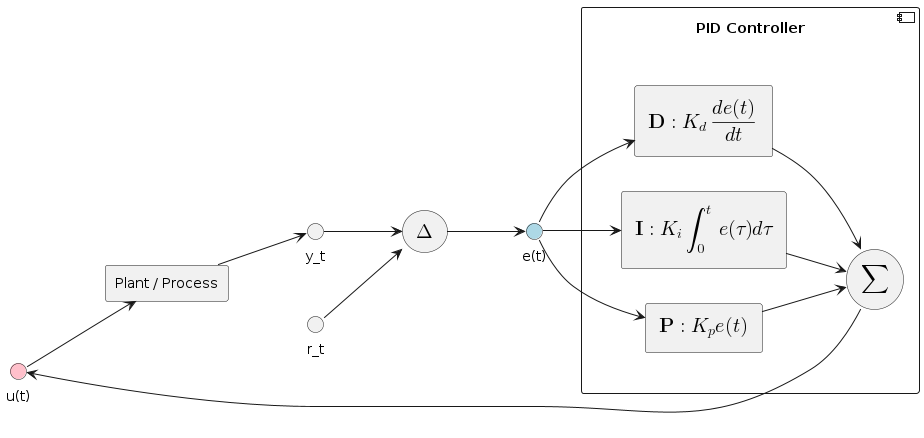
This is afm_spm_components/images/pid.png from nsulmol/documentation, a PlantUML export, as it was before one commit.
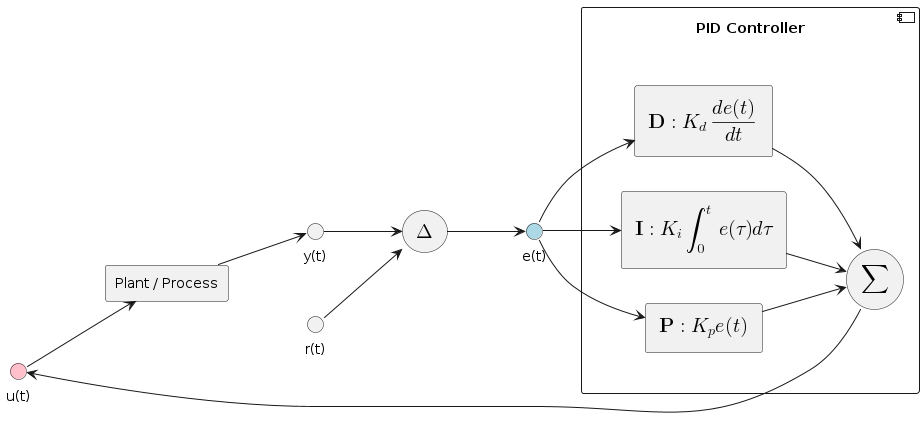
Later version of the same file.

Diff of the diagram source:
```diff
@@ -4,6 +4,8 @@
 
 interface "e(t)" <<input>> as e_t
 interface "u(t)" <<output>> as u_t
+interface "r(t)" as r_t
+interface "y(t)" as y_t
 storage "<latex>\Delta</latex>" as diff
 rectangle "Plant / Process" as proc
 
```
